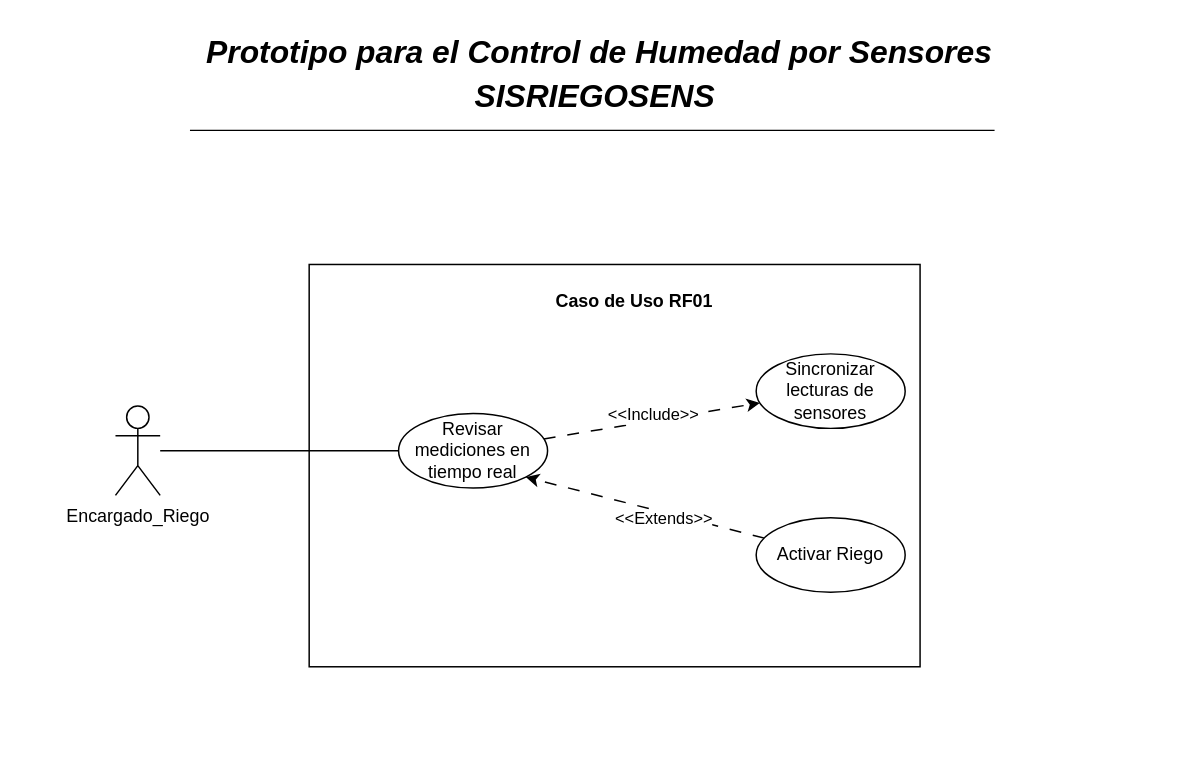
Earlier version of the draw.io diagram page "Med_Sensores" (3 of 7) of Casos_Uso.drawio (Gelo9033/Sistema_Riego). Source tidied: cells renumbered, new cells numbered last; positions are measured from the earlier drawing's top-left corner, leaving out a move shared by most shapes. Both pictures are drawn from the tidied source at 149%, with x=0, y=0 at pixel (77, 25).
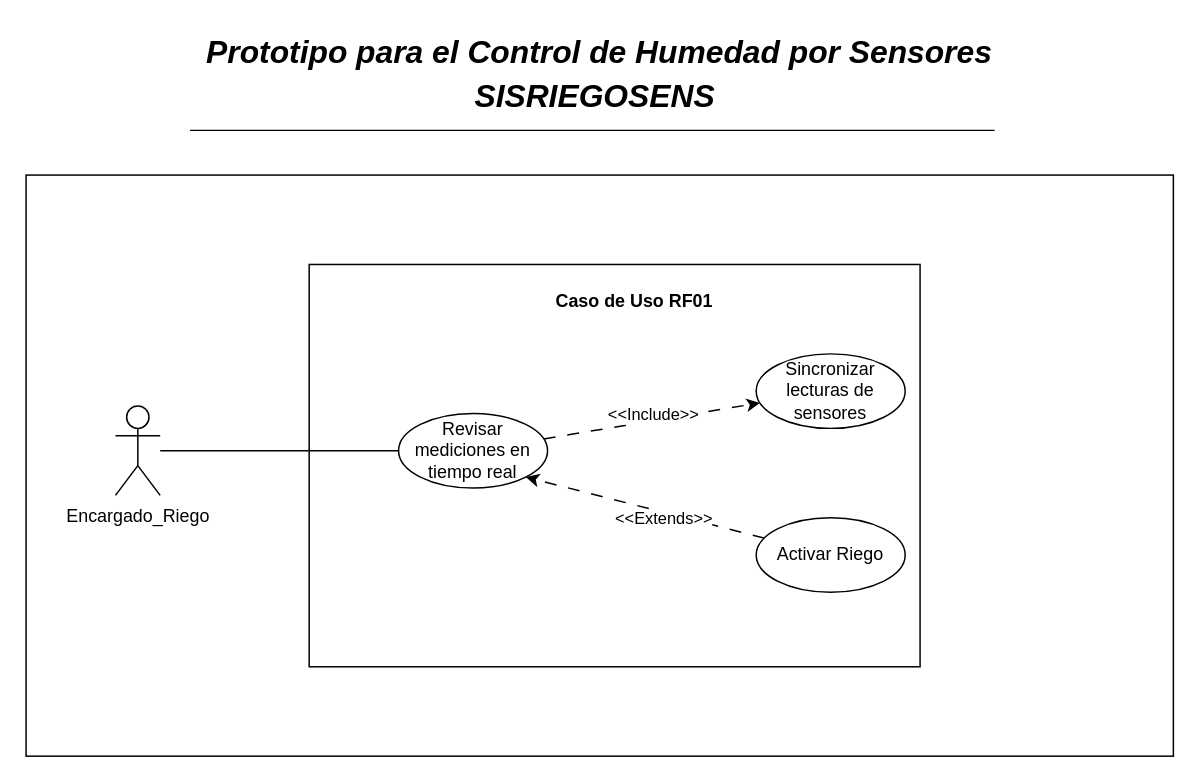
Above is the later version.

What changed in the source:
```diff
@@
+    <mxCell id="16" style="whiteSpace=wrap;html=1;fillColor=none;" parent="1" vertex="1">
+      <mxGeometry x="-35" y="100" width="770" height="390" as="geometry" />
+    </mxCell>
```
